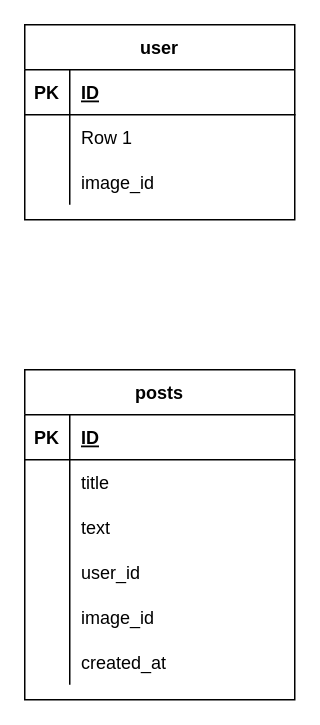
Above: docs/ER.drawio in 3582/Rails_portfolio (draw.io), before the change. Source tidied: cells renumbered, new cells numbered last; positions are measured from the earlier drawing's top-left corner, leaving out a move shared by most shapes. Both pictures are drawn from the tidied source at 150%, with x=0, y=0 at pixel (24, 24).
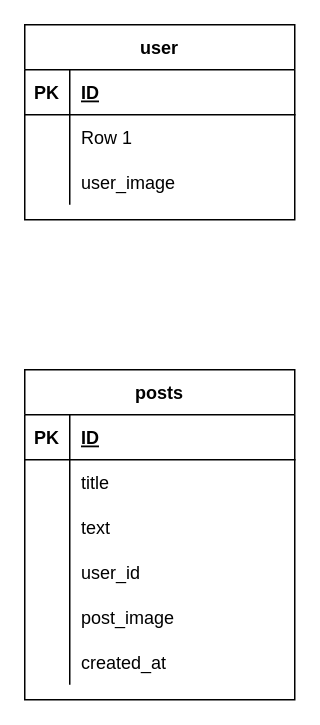
The same diagram, later.

Commit message:
ER.drawio を更新します

Unchanged cells that the change refers to:
```xml
<mxCell id="9" style="shape=partialRectangle;fillColor=none;top=0;left=0;bottom=0;right=0;" parent="2" vertex="1">
  <mxGeometry y="90" width="180" height="30" as="geometry" />
</mxCell>
<mxCell id="25" style="shape=partialRectangle;fillColor=none;top=0;left=0;bottom=0;right=0;" parent="12" vertex="1">
  <mxGeometry y="150" width="180" height="30" as="geometry" />
</mxCell>
```

What changed in the source:
```diff
@@
-    <mxCell id="11" value="image_id" style="shape=partialRectangle;fillColor=none;top=0;left=0;bottom=0;right=0;align=left;spacingLeft=6;overflow=hidden;" parent="9" vertex="1">
+    <mxCell id="11" value="user_image" style="shape=partialRectangle;fillColor=none;top=0;left=0;bottom=0;right=0;align=left;spacingLeft=6;overflow=hidden;" parent="9" vertex="1">
       <mxGeometry x="30" width="150" height="30" as="geometry" />
     </mxCell>
@@
-    <mxCell id="27" value="image_id" style="shape=partialRectangle;fillColor=none;top=0;left=0;bottom=0;right=0;align=left;spacingLeft=6;overflow=hidden;" parent="25" vertex="1">
+    <mxCell id="27" value="post_image" style="shape=partialRectangle;fillColor=none;top=0;left=0;bottom=0;right=0;align=left;spacingLeft=6;overflow=hidden;" parent="25" vertex="1">
       <mxGeometry x="30" width="150" height="30" as="geometry" />
     </mxCell>
```
